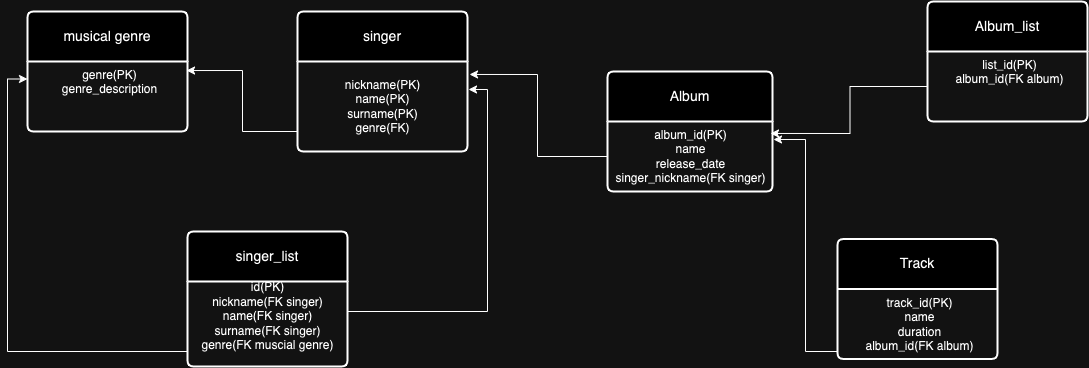
Before: musical_site.png, a diagram exported from draw.io (ilonsisse/homework-db). Source tidied: cells renumbered, new cells last; positions are measured from the earlier drawing's top-left corner, leaving out a move shared by most shapes. Its diagram source:
```xml
<mxGraphModel>
  <root>
    <mxCell id="0" />
    <mxCell id="1" parent="0" />
    <mxCell id="2" value="musical genre" style="swimlane;horizontal=1;startSize=50;rounded=1;fontSize=14;fontStyle=0;strokeWidth=2;shadow=0;dashed=0;align=center;arcSize=4;whiteSpace=wrap;html=1;" parent="1" vertex="1">
      <mxGeometry x="20" y="10" width="160" height="120" as="geometry" />
    </mxCell>
    <mxCell id="3" value="genre(PK)&lt;br&gt;genre_description" style="align=center;strokeColor=none;fillColor=none;spacingLeft=4;fontSize=12;verticalAlign=top;html=1;" parent="2" vertex="1">
      <mxGeometry y="50" width="160" height="70" as="geometry" />
    </mxCell>
    <mxCell id="4" value="singer" style="swimlane;horizontal=1;startSize=50;rounded=1;fontSize=14;fontStyle=0;strokeWidth=2;shadow=0;dashed=0;align=center;arcSize=4;whiteSpace=wrap;html=1;" parent="1" vertex="1">
      <mxGeometry x="290" y="10" width="170" height="140" as="geometry" />
    </mxCell>
    <mxCell id="5" value="nickname(PK)&lt;br&gt;name(PK)&lt;br&gt;surname(PK)&lt;br&gt;genre(FK)" style="text;html=1;align=center;verticalAlign=middle;points=[];strokeColor=none;fillColor=none;" parent="4" vertex="1">
      <mxGeometry y="50" width="170" height="90" as="geometry" />
    </mxCell>
    <mxCell id="6" value="singer_list" style="swimlane;horizontal=1;startSize=50;rounded=1;fontSize=14;fontStyle=0;strokeWidth=2;shadow=0;dashed=0;align=center;arcSize=4;whiteSpace=wrap;html=1;" parent="1" vertex="1">
      <mxGeometry x="180" y="230" width="160" height="135" as="geometry" />
    </mxCell>
    <mxCell id="7" value="id(PK)&lt;br&gt;nickname(FK singer)&lt;br&gt;name(FK singer)&lt;br&gt;surname(FK singer)&lt;br&gt;genre(FK muscial genre)&lt;div&gt;&lt;br/&gt;&lt;/div&gt;" style="text;html=1;align=center;verticalAlign=middle;points=[];strokeColor=none;fillColor=none;" parent="6" vertex="1">
      <mxGeometry y="50" width="160" height="85" as="geometry" />
    </mxCell>
    <mxCell id="8" value="Album" style="swimlane;horizontal=1;startSize=50;rounded=1;fontSize=14;fontStyle=0;strokeWidth=2;shadow=0;dashed=0;align=center;arcSize=4;whiteSpace=wrap;html=1;" parent="1" vertex="1">
      <mxGeometry x="600" y="70" width="165" height="120" as="geometry" />
    </mxCell>
    <mxCell id="9" value="album_id(PK)&lt;br&gt;name&lt;br&gt;release_date&lt;br&gt;singer_nickname(FK singer)" style="text;html=1;align=center;verticalAlign=middle;points=[];strokeColor=none;fillColor=none;" parent="8" vertex="1">
      <mxGeometry y="50" width="165" height="70" as="geometry" />
    </mxCell>
    <mxCell id="10" value="Album_list" style="swimlane;horizontal=1;startSize=50;rounded=1;fontSize=14;fontStyle=0;strokeWidth=2;shadow=0;dashed=0;align=center;arcSize=4;whiteSpace=wrap;html=1;" parent="1" vertex="1">
      <mxGeometry x="920" width="160" height="120" as="geometry" />
    </mxCell>
    <mxCell id="11" value="list_id(PK)&lt;br&gt;album_id(FK album)" style="align=center;strokeColor=none;fillColor=none;spacingLeft=4;fontSize=12;verticalAlign=top;html=1;" parent="10" vertex="1">
      <mxGeometry y="50" width="160" height="70" as="geometry" />
    </mxCell>
    <mxCell id="12" style="edgeStyle=orthogonalEdgeStyle;rounded=0;jettySize=auto;html=1;entryX=0;entryY=0.25;entryDx=0;entryDy=0;" parent="1" edge="1" source="7" target="3">
      <mxGeometry relative="1" as="geometry">
        <Array as="points">
          <mxPoint y="350" />
          <mxPoint y="78" />
        </Array>
      </mxGeometry>
    </mxCell>
    <mxCell id="13" style="edgeStyle=orthogonalEdgeStyle;rounded=0;jettySize=auto;html=1;entryX=1.006;entryY=0.311;entryDx=0;entryDy=0;entryPerimeter=0;" parent="1" edge="1" source="7" target="5">
      <mxGeometry relative="1" as="geometry">
        <Array as="points">
          <mxPoint x="480" y="310" />
          <mxPoint x="480" y="88" />
        </Array>
      </mxGeometry>
    </mxCell>
    <mxCell id="14" style="edgeStyle=orthogonalEdgeStyle;rounded=0;jettySize=auto;html=1;exitX=0;exitY=0.75;exitDx=0;exitDy=0;entryX=0.994;entryY=0.129;entryDx=0;entryDy=0;entryPerimeter=0;" parent="1" edge="1" source="4" target="3">
      <mxGeometry relative="1" as="geometry">
        <Array as="points">
          <mxPoint x="290" y="130" />
          <mxPoint x="235" y="130" />
          <mxPoint x="235" y="69" />
        </Array>
      </mxGeometry>
    </mxCell>
    <mxCell id="15" value="Track" style="swimlane;horizontal=1;startSize=50;rounded=1;fontSize=14;fontStyle=0;strokeWidth=2;shadow=0;dashed=0;align=center;arcSize=4;whiteSpace=wrap;html=1;" parent="1" vertex="1">
      <mxGeometry x="830" y="237.5" width="160" height="120" as="geometry" />
    </mxCell>
    <mxCell id="16" value="track_id(PK)&lt;br&gt;name&lt;br&gt;duration&lt;br&gt;album_id(FK album)&lt;br&gt;&lt;div&gt;&lt;br&gt;&lt;/div&gt;" style="align=center;strokeColor=none;fillColor=none;spacingLeft=4;fontSize=12;verticalAlign=top;html=1;" parent="15" vertex="1">
      <mxGeometry y="50" width="160" height="70" as="geometry" />
    </mxCell>
    <mxCell id="17" style="edgeStyle=orthogonalEdgeStyle;rounded=0;jettySize=auto;html=1;entryX=1.012;entryY=0.144;entryDx=0;entryDy=0;entryPerimeter=0;" parent="1" edge="1" source="9" target="5">
      <mxGeometry relative="1" as="geometry" />
    </mxCell>
    <mxCell id="18" style="edgeStyle=orthogonalEdgeStyle;rounded=0;jettySize=auto;html=1;entryX=0.988;entryY=0.171;entryDx=0;entryDy=0;entryPerimeter=0;" parent="1" edge="1" source="11" target="9">
      <mxGeometry relative="1" as="geometry" />
    </mxCell>
    <mxCell id="19" style="edgeStyle=orthogonalEdgeStyle;rounded=0;jettySize=auto;html=1;exitX=0;exitY=0.5;exitDx=0;exitDy=0;entryX=1.006;entryY=0.257;entryDx=0;entryDy=0;entryPerimeter=0;" parent="1" edge="1" source="16" target="9">
      <mxGeometry relative="1" as="geometry">
        <Array as="points">
          <mxPoint x="830" y="350" />
          <mxPoint x="798" y="350" />
          <mxPoint x="798" y="138" />
        </Array>
      </mxGeometry>
    </mxCell>
  </root>
</mxGraphModel>
```
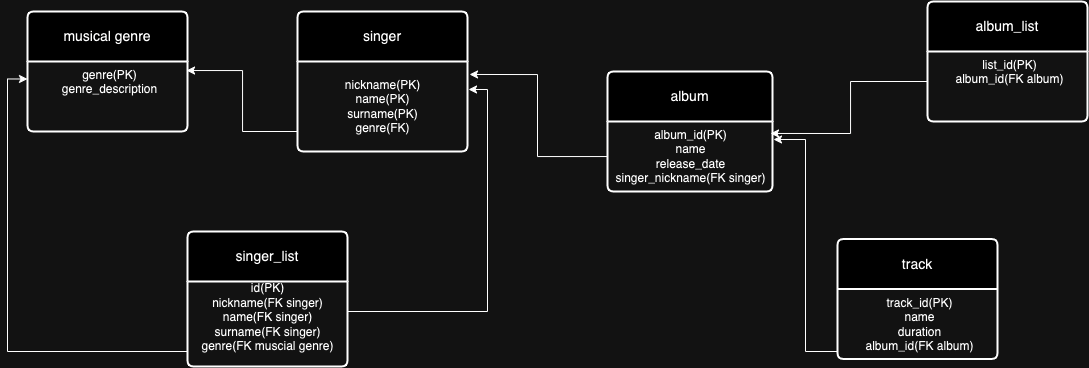
Later version of the same file.

Diff of the diagram source:
```diff
@@ -20,13 +20,13 @@
     <mxCell id="7" value="id(PK)&lt;br&gt;nickname(FK singer)&lt;br&gt;name(FK singer)&lt;br&gt;surname(FK singer)&lt;br&gt;genre(FK muscial genre)&lt;div&gt;&lt;br/&gt;&lt;/div&gt;" style="text;html=1;align=center;verticalAlign=middle;points=[];strokeColor=none;fillColor=none;" parent="6" vertex="1">
       <mxGeometry y="50" width="160" height="85" as="geometry" />
     </mxCell>
-    <mxCell id="8" value="Album" style="swimlane;horizontal=1;startSize=50;rounded=1;fontSize=14;fontStyle=0;strokeWidth=2;shadow=0;dashed=0;align=center;arcSize=4;whiteSpace=wrap;html=1;" parent="1" vertex="1">
+    <mxCell id="8" value="album" style="swimlane;horizontal=1;startSize=50;rounded=1;fontSize=14;fontStyle=0;strokeWidth=2;shadow=0;dashed=0;align=center;arcSize=4;whiteSpace=wrap;html=1;" parent="1" vertex="1">
       <mxGeometry x="600" y="70" width="165" height="120" as="geometry" />
     </mxCell>
     <mxCell id="9" value="album_id(PK)&lt;br&gt;name&lt;br&gt;release_date&lt;br&gt;singer_nickname(FK singer)" style="text;html=1;align=center;verticalAlign=middle;points=[];strokeColor=none;fillColor=none;" parent="8" vertex="1">
       <mxGeometry y="50" width="165" height="70" as="geometry" />
     </mxCell>
-    <mxCell id="10" value="Album_list" style="swimlane;horizontal=1;startSize=50;rounded=1;fontSize=14;fontStyle=0;strokeWidth=2;shadow=0;dashed=0;align=center;arcSize=4;whiteSpace=wrap;html=1;" parent="1" vertex="1">
+    <mxCell id="10" value="album_list" style="swimlane;horizontal=1;startSize=50;rounded=1;fontSize=14;fontStyle=0;strokeWidth=2;shadow=0;dashed=0;align=center;arcSize=4;whiteSpace=wrap;html=1;" parent="1" vertex="1">
       <mxGeometry x="920" width="160" height="120" as="geometry" />
     </mxCell>
     <mxCell id="11" value="list_id(PK)&lt;br&gt;album_id(FK album)" style="align=center;strokeColor=none;fillColor=none;spacingLeft=4;fontSize=12;verticalAlign=top;html=1;" parent="10" vertex="1">
@@ -57,7 +57,7 @@
         </Array>
       </mxGeometry>
     </mxCell>
-    <mxCell id="15" value="Track" style="swimlane;horizontal=1;startSize=50;rounded=1;fontSize=14;fontStyle=0;strokeWidth=2;shadow=0;dashed=0;align=center;arcSize=4;whiteSpace=wrap;html=1;" parent="1" vertex="1">
+    <mxCell id="15" value="track" style="swimlane;horizontal=1;startSize=50;rounded=1;fontSize=14;fontStyle=0;strokeWidth=2;shadow=0;dashed=0;align=center;arcSize=4;whiteSpace=wrap;html=1;" parent="1" vertex="1">
       <mxGeometry x="830" y="237.5" width="160" height="120" as="geometry" />
     </mxCell>
     <mxCell id="16" value="track_id(PK)&lt;br&gt;name&lt;br&gt;duration&lt;br&gt;album_id(FK album)&lt;br&gt;&lt;div&gt;&lt;br&gt;&lt;/div&gt;" style="align=center;strokeColor=none;fillColor=none;spacingLeft=4;fontSize=12;verticalAlign=top;html=1;" parent="15" vertex="1">
@@ -67,7 +67,12 @@
       <mxGeometry relative="1" as="geometry" />
     </mxCell>
     <mxCell id="18" style="edgeStyle=orthogonalEdgeStyle;rounded=0;jettySize=auto;html=1;entryX=0.988;entryY=0.171;entryDx=0;entryDy=0;entryPerimeter=0;" parent="1" edge="1" source="11" target="9">
-      <mxGeometry relative="1" as="geometry" />
+      <mxGeometry relative="1" as="geometry">
+        <Array as="points">
+          <mxPoint x="843" y="80" />
+          <mxPoint x="843" y="132" />
+        </Array>
+      </mxGeometry>
     </mxCell>
     <mxCell id="19" style="edgeStyle=orthogonalEdgeStyle;rounded=0;jettySize=auto;html=1;exitX=0;exitY=0.5;exitDx=0;exitDy=0;entryX=1.006;entryY=0.257;entryDx=0;entryDy=0;entryPerimeter=0;" parent="1" edge="1" source="16" target="9">
       <mxGeometry relative="1" as="geometry">
```
